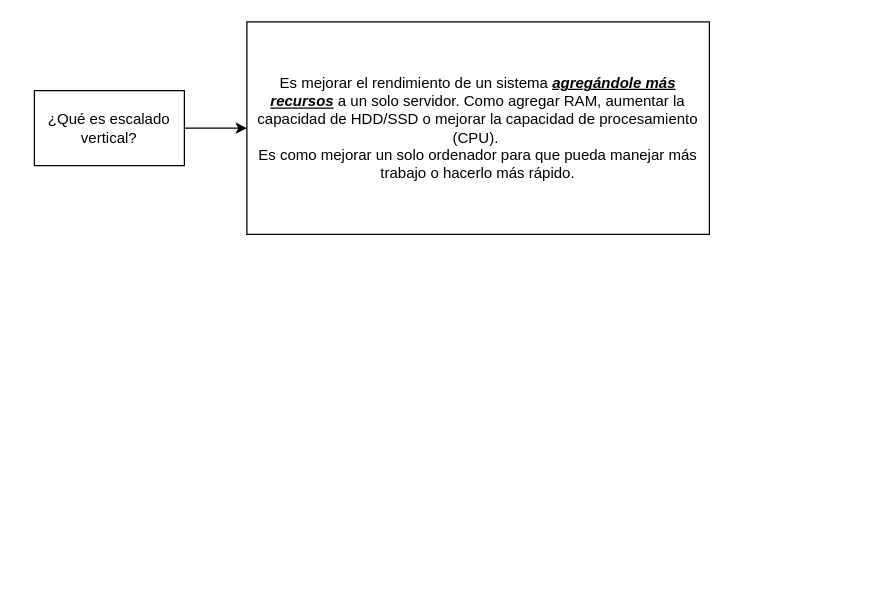
Above: Introducción y preparación del entorno de trabajo.drawio in Mor4n/Notas (draw.io), before the change. Source tidied: cells renumbered, new cells numbered last; positions are measured from the earlier drawing's top-left corner, leaving out a move shared by most shapes. Both pictures are drawn from the tidied source at 125%, with x=0, y=0 at pixel (34, 21).
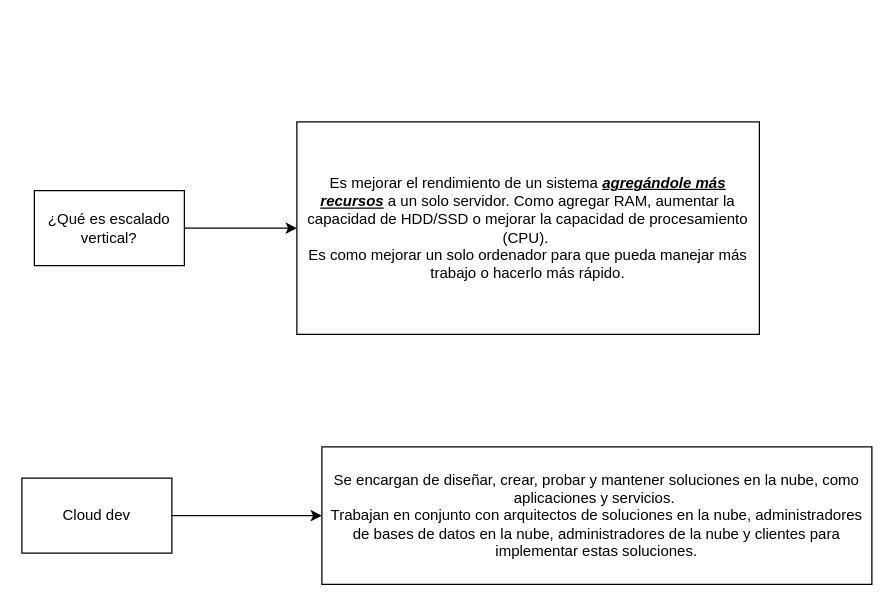
The same diagram, later.

What changed in the source:
```diff
@@
 <mxGraphModel>
   <root>
     <mxCell id="0" />
     <mxCell id="1" parent="0" />
     <mxCell id="2" style="edgeStyle=orthogonalEdgeStyle;rounded=0;jettySize=auto;html=1;entryX=0;entryY=0.5;entryDx=0;entryDy=0;" parent="1" edge="1" source="3" target="4">
       <mxGeometry relative="1" as="geometry" />
     </mxCell>
     <mxCell id="3" value="¿Qué es escalado vertical?" style="rounded=0;whiteSpace=wrap;html=1;" parent="1" vertex="1">
-      <mxGeometry y="55" width="120" height="60" as="geometry" />
+      <mxGeometry y="135" width="120" height="60" as="geometry" />
     </mxCell>
     <mxCell id="4" value="Es mejorar el rendimiento de un sistema&amp;nbsp;&lt;b&gt;&lt;i&gt;&lt;u&gt;agregándole más recursos&lt;/u&gt;&lt;/i&gt;&lt;/b&gt;&amp;nbsp;a un solo servidor. Como agregar RAM, aumentar la capacidad de HDD/SSD o mejorar la capacidad de procesamiento (CPU).&amp;nbsp;&lt;div&gt;Es como mejorar un solo ordenador para que pueda manejar más trabajo o hacerlo más rápido.&lt;/div&gt;" style="rounded=0;whiteSpace=wrap;html=1;" parent="1" vertex="1">
-      <mxGeometry x="170" width="370" height="170" as="geometry" />
+      <mxGeometry x="210" y="80" width="370" height="170" as="geometry" />
     </mxCell>
+    <mxCell id="5" style="edgeStyle=orthogonalEdgeStyle;rounded=0;jettySize=auto;html=1;" parent="1" edge="1" source="6">
+      <mxGeometry relative="1" as="geometry">
+        <mxPoint x="230" y="395" as="targetPoint" />
+      </mxGeometry>
+    </mxCell>
+    <mxCell id="6" value="Cloud dev" style="rounded=0;whiteSpace=wrap;html=1;" parent="1" vertex="1">
+      <mxGeometry x="-10" y="365" width="120" height="60" as="geometry" />
+    </mxCell>
+    <mxCell id="7" value="Se encargan de diseñar, crear, probar y mantener soluciones en la nube, como aplicaciones y servicios.&amp;nbsp;&lt;div&gt;Trabajan en conjunto con arquitectos de soluciones en la nube, administradores de bases de datos en la nube, administradores de la nube y clientes para implementar estas soluciones.&lt;/div&gt;" style="rounded=0;whiteSpace=wrap;html=1;" parent="1" vertex="1">
+      <mxGeometry x="230" y="340" width="440" height="110" as="geometry" />
+    </mxCell>
   </root>
 </mxGraphModel>
```
